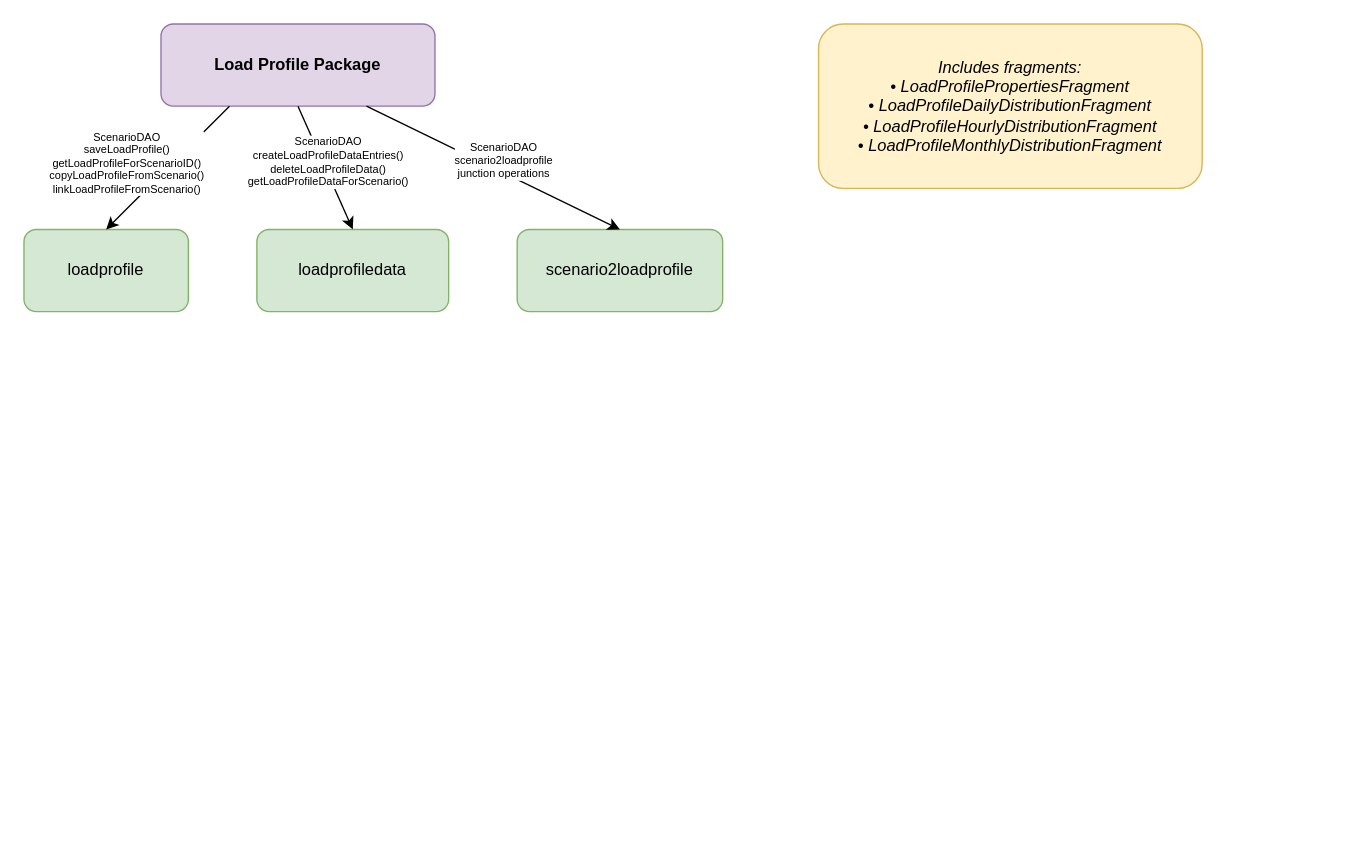
Before: docs/model/load-profile-package.drawio in Tonyslogic/comparetout, a draw.io diagram. Source tidied: cells renumbered, new cells numbered last; positions are measured from the earlier drawing's top-left corner, leaving out a move shared by most shapes. Both pictures are drawn from the tidied source at 137%, with x=0, y=0 at pixel (23, 23).
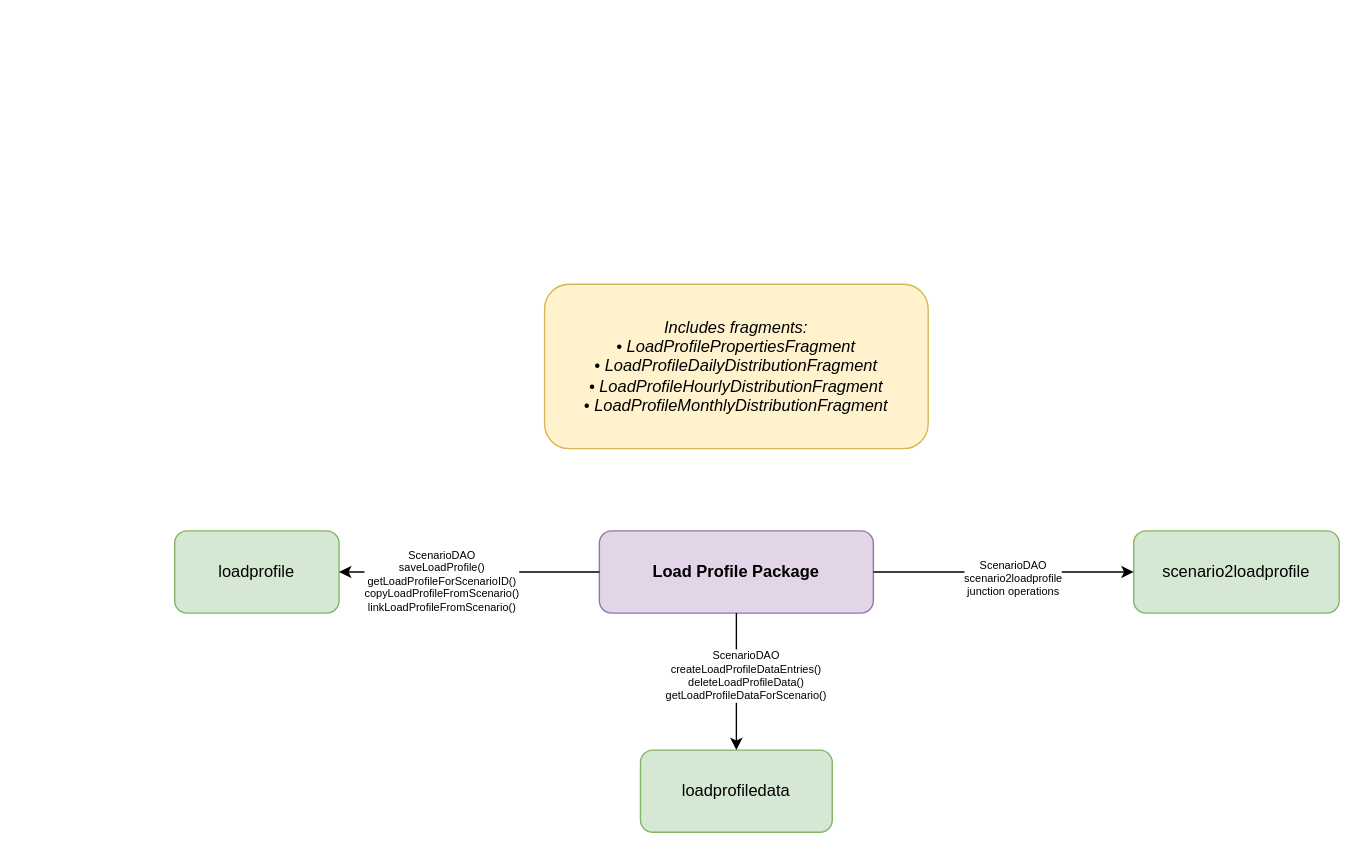
After the change.

Change to the diagram source:
```diff
@@
 <mxGraphModel>
   <root>
     <mxCell id="0" />
     <mxCell id="1" parent="0" />
     <mxCell id="2" value="Load Profile Package" style="rounded=1;whiteSpace=wrap;html=1;fillColor=#E1D5E7;strokeColor=#9673A6;fontColor=#000000;fontStyle=1;" parent="1" vertex="1">
-      <mxGeometry x="100" width="200" height="60" as="geometry" />
+      <mxGeometry x="420" y="370" width="200" height="60" as="geometry" />
     </mxCell>
     <mxCell id="3" value="loadprofile" style="rounded=1;whiteSpace=wrap;html=1;fillColor=#D5E8D4;strokeColor=#82B366;fontColor=#000000;" parent="1" vertex="1">
-      <mxGeometry y="150" width="120" height="60" as="geometry" />
+      <mxGeometry x="110" y="370" width="120" height="60" as="geometry" />
     </mxCell>
     <mxCell id="4" value="loadprofiledata" style="rounded=1;whiteSpace=wrap;html=1;fillColor=#D5E8D4;strokeColor=#82B366;fontColor=#000000;" parent="1" vertex="1">
-      <mxGeometry x="170" y="150" width="140" height="60" as="geometry" />
+      <mxGeometry x="450" y="530" width="140" height="60" as="geometry" />
     </mxCell>
     <mxCell id="5" value="scenario2loadprofile" style="rounded=1;whiteSpace=wrap;html=1;fillColor=#D5E8D4;strokeColor=#82B366;fontColor=#000000;" parent="1" vertex="1">
-      <mxGeometry x="360" y="150" width="150" height="60" as="geometry" />
+      <mxGeometry x="810" y="370" width="150" height="60" as="geometry" />
     </mxCell>
-    <mxCell id="6" style="endArrow=classic;html=1;rounded=1;exitX=0.25;exitY=1;exitDx=0;exitDy=0;entryX=0.5;entryY=0;entryDx=0;entryDy=0;" parent="1" edge="1" source="2" target="3">
+    <mxCell id="6" style="endArrow=classic;html=1;rounded=1;exitX=0;exitY=0.5;exitDx=0;exitDy=0;" parent="1" edge="1" source="2" target="3">
       <mxGeometry relative="1" as="geometry" />
     </mxCell>
     <mxCell id="7" value="ScenarioDAO&#10;saveLoadProfile()&#10;getLoadProfileForScenarioID()&#10;copyLoadProfileFromScenario()&#10;linkLoadProfileFromScenario()" style="edgeLabel;html=1;align=center;verticalAlign=middle;fontSize=8;fontColor=#000000;labelBackgroundColor=#FFFFFF;" parent="6" vertex="1">
       <mxGeometry x="-0.2" y="1" relative="1" as="geometry">
         <mxPoint x="-40" y="5" as="offset" />
       </mxGeometry>
     </mxCell>
     <mxCell id="8" style="endArrow=classic;html=1;rounded=1;exitX=0.5;exitY=1;exitDx=0;exitDy=0;entryX=0.5;entryY=0;entryDx=0;entryDy=0;" parent="1" edge="1" source="2" target="4">
       <mxGeometry relative="1" as="geometry" />
     </mxCell>
     <mxCell id="9" value="ScenarioDAO&#10;createLoadProfileDataEntries()&#10;deleteLoadProfileData()&#10;getLoadProfileDataForScenario()" style="edgeLabel;html=1;align=center;verticalAlign=middle;fontSize=8;fontColor=#000000;labelBackgroundColor=#FFFFFF;" parent="8" vertex="1">
       <mxGeometry x="-0.2" y="1" relative="1" as="geometry">
         <mxPoint x="5" y="5" as="offset" />
       </mxGeometry>
     </mxCell>
-    <mxCell id="10" style="endArrow=classic;html=1;rounded=1;exitX=0.75;exitY=1;exitDx=0;exitDy=0;entryX=0.5;entryY=0;entryDx=0;entryDy=0;" parent="1" edge="1" source="2" target="5">
+    <mxCell id="10" style="endArrow=classic;html=1;rounded=1;exitX=1;exitY=0.5;exitDx=0;exitDy=0;entryX=0;entryY=0.5;entryDx=0;entryDy=0;" parent="1" edge="1" source="2" target="5">
       <mxGeometry relative="1" as="geometry" />
     </mxCell>
     <mxCell id="11" value="ScenarioDAO&#10;scenario2loadprofile&#10;junction operations" style="edgeLabel;html=1;align=center;verticalAlign=middle;fontSize=8;fontColor=#000000;labelBackgroundColor=#FFFFFF;" parent="10" vertex="1">
       <mxGeometry x="-0.2" y="1" relative="1" as="geometry">
         <mxPoint x="25" y="5" as="offset" />
       </mxGeometry>
     </mxCell>
     <mxCell id="12" value="Includes fragments:&#10;• LoadProfilePropertiesFragment&#10;• LoadProfileDailyDistributionFragment&#10;• LoadProfileHourlyDistributionFragment&#10;• LoadProfileMonthlyDistributionFragment" style="rounded=1;whiteSpace=wrap;html=1;fillColor=#FFF2CC;strokeColor=#D6B656;fontColor=#000000;fontStyle=2;" parent="1" vertex="1">
-      <mxGeometry x="580" width="280" height="120" as="geometry" />
+      <mxGeometry x="380" y="190" width="280" height="120" as="geometry" />
     </mxCell>
   </root>
 </mxGraphModel>
```
